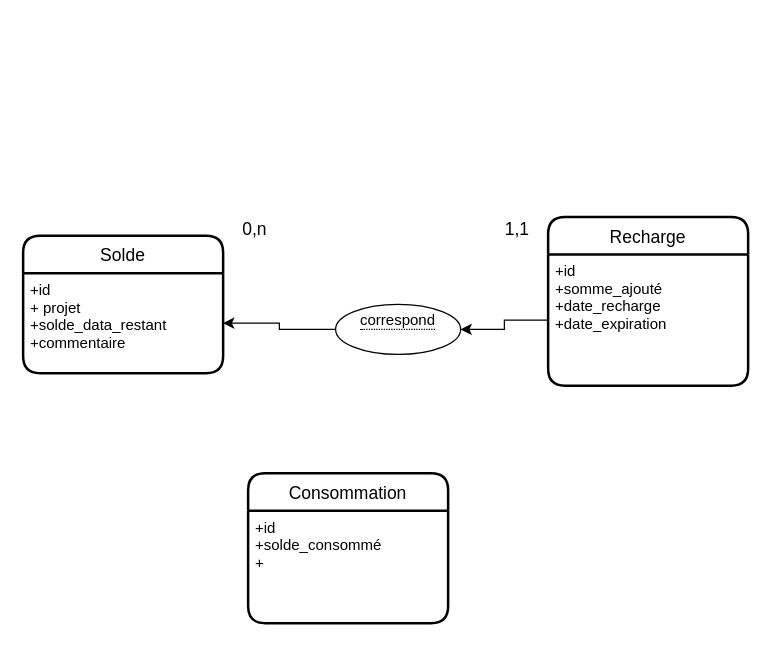
Above: Untitled Diagram.drawio in BriceCG/MIGRATION_MIM (draw.io), before the change. Source tidied: cells renumbered, new cells numbered last; positions are measured from the earlier drawing's top-left corner, leaving out a move shared by most shapes. Both pictures are drawn from the tidied source at 125%, with x=0, y=0 at pixel (22, 216).
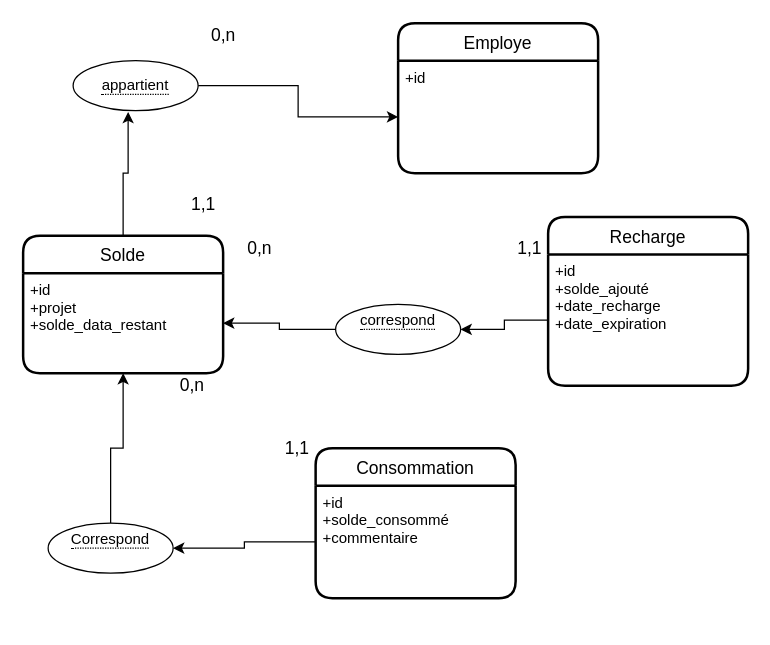
The same diagram, later.

The change refers to these unchanged cells:
```xml
<mxCell id="4" value="Solde" style="swimlane;horizontal=1;startSize=30;rounded=1;fontSize=14;fontStyle=0;strokeWidth=2;shadow=0;dashed=0;align=center;" parent="1" vertex="1">
  <mxGeometry y="15" width="160" height="110" as="geometry" />
</mxCell>
<mxCell id="6" value="Recharge" style="swimlane;horizontal=1;startSize=30;rounded=1;fontSize=14;fontStyle=0;strokeWidth=2;shadow=0;dashed=0;align=center;" parent="1" vertex="1">
  <mxGeometry x="420" width="160" height="135" as="geometry" />
</mxCell>
```

The edit, as a diff of the source:
```diff
@@
+    <mxCell id="13" style="edgeStyle=orthogonalEdgeStyle;rounded=0;jettySize=auto;html=1;entryX=0.44;entryY=1.025;entryDx=0;entryDy=0;entryPerimeter=0;strokeColor=#000000;" parent="1" edge="1" source="4" target="20">
+      <mxGeometry relative="1" as="geometry" />
+    </mxCell>
@@
-    <mxCell id="5" value="+id&#10;+ projet&#10;+solde_data_restant&#10;+commentaire" style="align=left;strokeColor=none;fillColor=none;spacingLeft=4;fontSize=12;verticalAlign=top;" parent="4" vertex="1">
+    <mxCell id="5" value="+id&#10;+projet&#10;+solde_data_restant" style="align=left;strokeColor=none;fillColor=none;spacingLeft=4;fontSize=12;verticalAlign=top;" parent="4" vertex="1">
       <mxGeometry y="30" width="160" height="80" as="geometry" />
     </mxCell>
@@
-    <mxCell id="7" value="+id&#10;+somme_ajouté&#10;+date_recharge&#10;+date_expiration&#10;" style="align=left;strokeColor=none;fillColor=none;spacingLeft=4;fontSize=12;verticalAlign=top;" parent="6" vertex="1">
+    <mxCell id="7" value="+id&#10;+solde_ajouté&#10;+date_recharge&#10;+date_expiration&#10;" style="align=left;strokeColor=none;fillColor=none;spacingLeft=4;fontSize=12;verticalAlign=top;" parent="6" vertex="1">
       <mxGeometry y="30" width="160" height="105" as="geometry" />
     </mxCell>
     <mxCell id="8" value="&lt;font style=&quot;font-size: 14px&quot;&gt;1,1&lt;/font&gt;" style="text;html=1;align=center;verticalAlign=middle;" parent="1" vertex="1">
-      <mxGeometry x="380" width="30" height="20" as="geometry" />
+      <mxGeometry x="390" y="15" width="30" height="20" as="geometry" />
     </mxCell>
     <mxCell id="9" value="&lt;font style=&quot;font-size: 14px&quot;&gt;0,n&lt;/font&gt;" style="text;html=1;align=center;verticalAlign=middle;" parent="1" vertex="1">
-      <mxGeometry x="170" width="30" height="20" as="geometry" />
+      <mxGeometry x="174" y="15" width="30" height="20" as="geometry" />
     </mxCell>
@@
+    <mxCell id="14" style="edgeStyle=orthogonalEdgeStyle;rounded=0;jettySize=auto;html=1;entryX=0.5;entryY=1;entryDx=0;entryDy=0;strokeColor=#000000;" parent="1" edge="1" source="15" target="5">
+      <mxGeometry relative="1" as="geometry" />
+    </mxCell>
+    <mxCell id="15" value="&lt;span style=&quot;border-bottom: 1px dotted&quot;&gt;Correspond&lt;br&gt;&lt;br&gt;&lt;/span&gt;" style="ellipse;whiteSpace=wrap;html=1;align=center;" parent="1" vertex="1">
+      <mxGeometry x="20" y="245" width="100" height="40" as="geometry" />
+    </mxCell>
+    <mxCell id="16" style="edgeStyle=orthogonalEdgeStyle;rounded=0;jettySize=auto;html=1;entryX=1;entryY=0.5;entryDx=0;entryDy=0;strokeColor=#000000;" parent="1" edge="1" source="12" target="15">
+      <mxGeometry relative="1" as="geometry" />
+    </mxCell>
+    <mxCell id="17" value="&lt;font style=&quot;font-size: 14px&quot;&gt;1,1&lt;/font&gt;" style="text;html=1;align=center;verticalAlign=middle;" parent="1" vertex="1">
+      <mxGeometry x="204" y="175" width="30" height="20" as="geometry" />
+    </mxCell>
+    <mxCell id="18" value="&lt;font style=&quot;font-size: 14px&quot;&gt;0,n&lt;/font&gt;" style="text;html=1;align=center;verticalAlign=middle;" parent="1" vertex="1">
+      <mxGeometry x="120" y="125" width="30" height="20" as="geometry" />
+    </mxCell>
+    <mxCell id="19" style="edgeStyle=orthogonalEdgeStyle;rounded=0;jettySize=auto;html=1;entryX=0;entryY=0.5;entryDx=0;entryDy=0;strokeColor=#000000;" parent="1" edge="1" source="20" target="24">
+      <mxGeometry relative="1" as="geometry" />
+    </mxCell>
+    <mxCell id="20" value="&lt;span style=&quot;border-bottom: 1px dotted&quot;&gt;appartient&lt;/span&gt;" style="ellipse;whiteSpace=wrap;html=1;align=center;" parent="1" vertex="1">
+      <mxGeometry x="40" y="-125" width="100" height="40" as="geometry" />
+    </mxCell>
+    <mxCell id="21" value="&lt;font style=&quot;font-size: 14px&quot;&gt;1,1&lt;/font&gt;" style="text;html=1;align=center;verticalAlign=middle;" parent="1" vertex="1">
+      <mxGeometry x="129" y="-20" width="30" height="20" as="geometry" />
+    </mxCell>
+    <mxCell id="22" value="&lt;font style=&quot;font-size: 14px&quot;&gt;0,n&lt;/font&gt;" style="text;html=1;align=center;verticalAlign=middle;" parent="1" vertex="1">
+      <mxGeometry x="145" y="-155" width="30" height="20" as="geometry" />
+    </mxCell>
     <mxCell id="11" value="Consommation" style="swimlane;horizontal=1;startSize=30;rounded=1;fontSize=14;fontStyle=0;strokeWidth=2;shadow=0;dashed=0;align=center;" parent="1" vertex="1">
-      <mxGeometry x="180" y="205" width="160" height="120" as="geometry" />
+      <mxGeometry x="234" y="185" width="160" height="120" as="geometry" />
     </mxCell>
-    <mxCell id="12" value="+id&#10;+solde_consommé&#10;+" style="align=left;strokeColor=none;fillColor=none;spacingLeft=4;fontSize=12;verticalAlign=top;" parent="11" vertex="1">
+    <mxCell id="12" value="+id&#10;+solde_consommé&#10;+commentaire" style="align=left;strokeColor=none;fillColor=none;spacingLeft=4;fontSize=12;verticalAlign=top;" parent="11" vertex="1">
       <mxGeometry y="30" width="160" height="90" as="geometry" />
     </mxCell>
+    <mxCell id="23" value="Employe" style="swimlane;horizontal=1;startSize=30;rounded=1;fontSize=14;fontStyle=0;strokeWidth=2;shadow=0;dashed=0;align=center;" parent="1" vertex="1">
+      <mxGeometry x="300" y="-155" width="160" height="120" as="geometry" />
+    </mxCell>
+    <mxCell id="24" value="+id" style="align=left;strokeColor=none;fillColor=none;spacingLeft=4;fontSize=12;verticalAlign=top;" parent="23" vertex="1">
+      <mxGeometry y="30" width="160" height="90" as="geometry" />
+    </mxCell>
```
